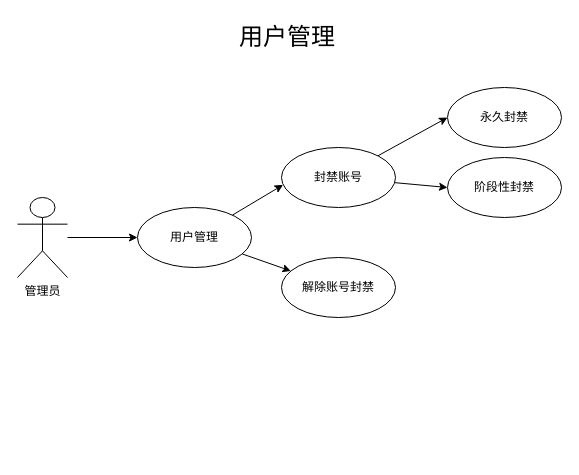
The draw.io diagram userManage.drawio in JohnnyLin12/GJR_BBS, before the edit. Source tidied: cells renumbered, new cells numbered last; positions are measured from the earlier drawing's top-left corner, leaving out a move shared by most shapes. Both pictures are drawn from the tidied source at 100%, with x=0, y=0 at pixel (17, 17).
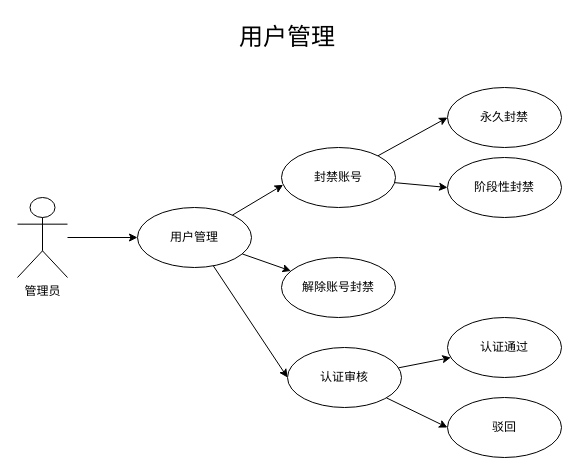
Above is the later version.

The edit, as a diff of the source:
```diff
@@
 <mxGraphModel>
   <root>
     <mxCell id="0" />
     <mxCell id="1" parent="0" />
     <mxCell id="2" style="rounded=0;jettySize=auto;html=1;entryX=0;entryY=0.5;entryDx=0;entryDy=0;" parent="1" edge="1" source="3" target="6">
       <mxGeometry relative="1" as="geometry" />
     </mxCell>
     <mxCell id="3" value="管理员" style="shape=umlActor;verticalLabelPosition=bottom;verticalAlign=top;html=1;" parent="1" vertex="1">
       <mxGeometry y="180" width="50" height="80" as="geometry" />
     </mxCell>
     <mxCell id="4" style="edgeStyle=none;rounded=0;jettySize=auto;html=1;entryX=0.014;entryY=0.623;entryDx=0;entryDy=0;entryPerimeter=0;" parent="1" edge="1" source="6" target="9">
       <mxGeometry relative="1" as="geometry" />
     </mxCell>
     <mxCell id="5" style="edgeStyle=none;rounded=0;jettySize=auto;html=1;" parent="1" edge="1" source="6" target="12">
       <mxGeometry relative="1" as="geometry" />
     </mxCell>
+    <mxCell id="14" style="edgeStyle=none;rounded=0;jettySize=auto;html=1;entryX=0;entryY=0.5;entryDx=0;entryDy=0;" parent="1" edge="1" source="6" target="17">
+      <mxGeometry relative="1" as="geometry" />
+    </mxCell>
     <mxCell id="6" value="用户管理" style="ellipse;whiteSpace=wrap;html=1;" parent="1" vertex="1">
       <mxGeometry x="120" y="190" width="114" height="60" as="geometry" />
     </mxCell>
     <mxCell id="7" style="edgeStyle=none;rounded=0;jettySize=auto;html=1;entryX=0;entryY=0.5;entryDx=0;entryDy=0;" parent="1" edge="1" source="9" target="10">
       <mxGeometry relative="1" as="geometry" />
     </mxCell>
     <mxCell id="8" style="edgeStyle=none;rounded=0;jettySize=auto;html=1;entryX=0;entryY=0.5;entryDx=0;entryDy=0;" parent="1" edge="1" source="9" target="11">
       <mxGeometry relative="1" as="geometry" />
     </mxCell>
     <mxCell id="9" value="封禁账号" style="ellipse;whiteSpace=wrap;html=1;" parent="1" vertex="1">
       <mxGeometry x="264" y="130" width="114" height="60" as="geometry" />
     </mxCell>
     <mxCell id="10" value="永久封禁" style="ellipse;whiteSpace=wrap;html=1;" parent="1" vertex="1">
       <mxGeometry x="430" y="70" width="114" height="60" as="geometry" />
     </mxCell>
     <mxCell id="11" value="阶段性封禁" style="ellipse;whiteSpace=wrap;html=1;" parent="1" vertex="1">
       <mxGeometry x="430" y="140" width="114" height="60" as="geometry" />
     </mxCell>
     <mxCell id="12" value="解除账号封禁" style="ellipse;whiteSpace=wrap;html=1;" parent="1" vertex="1">
       <mxGeometry x="264" y="240" width="114" height="60" as="geometry" />
     </mxCell>
     <mxCell id="13" value="&lt;font style=&quot;font-size: 24px&quot;&gt;用户管理&lt;/font&gt;" style="text;html=1;strokeColor=none;fillColor=none;align=center;verticalAlign=middle;whiteSpace=wrap;rounded=0;" parent="1" vertex="1">
       <mxGeometry x="190" width="160" height="40" as="geometry" />
     </mxCell>
+    <mxCell id="15" style="edgeStyle=none;rounded=0;jettySize=auto;html=1;" parent="1" edge="1" source="17" target="18">
+      <mxGeometry relative="1" as="geometry" />
+    </mxCell>
+    <mxCell id="16" style="edgeStyle=none;rounded=0;jettySize=auto;html=1;entryX=0;entryY=0.5;entryDx=0;entryDy=0;" parent="1" edge="1" source="17" target="19">
+      <mxGeometry relative="1" as="geometry" />
+    </mxCell>
+    <mxCell id="17" value="认证审核" style="ellipse;whiteSpace=wrap;html=1;" parent="1" vertex="1">
+      <mxGeometry x="270" y="330" width="114" height="60" as="geometry" />
+    </mxCell>
+    <mxCell id="18" value="认证通过" style="ellipse;whiteSpace=wrap;html=1;" parent="1" vertex="1">
+      <mxGeometry x="430" y="300" width="114" height="60" as="geometry" />
+    </mxCell>
+    <mxCell id="19" value="驳回" style="ellipse;whiteSpace=wrap;html=1;" parent="1" vertex="1">
+      <mxGeometry x="430" y="380" width="114" height="60" as="geometry" />
+    </mxCell>
   </root>
 </mxGraphModel>
```
